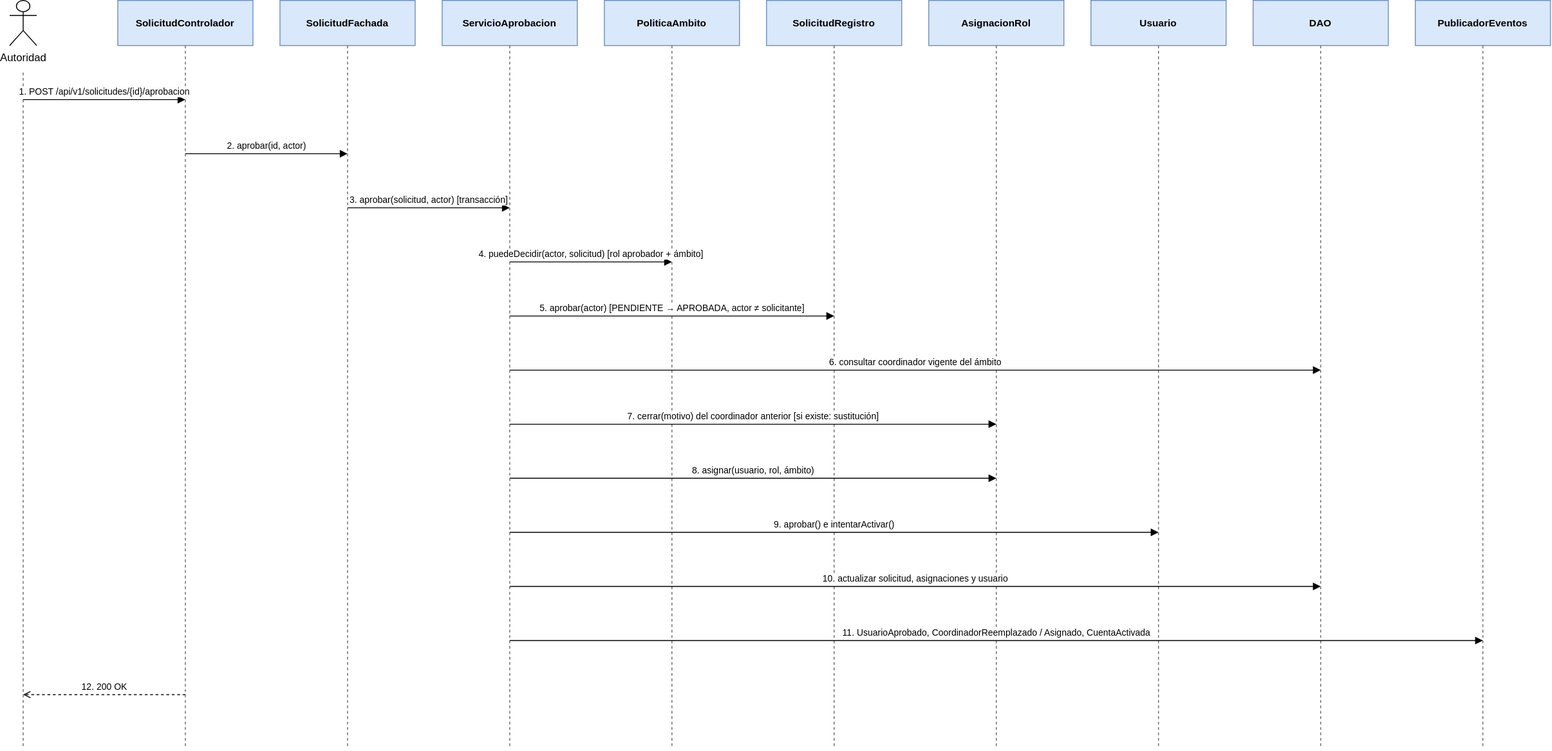
Above: documentacion/assets/diagramas/diagramas-secuencia-2.svg in JaiderSoto07/kudos-backend (draw.io), before the change. Source tidied: cells renumbered, new cells last; positions are measured from the earlier drawing's top-left corner, leaving out a move shared by most shapes.
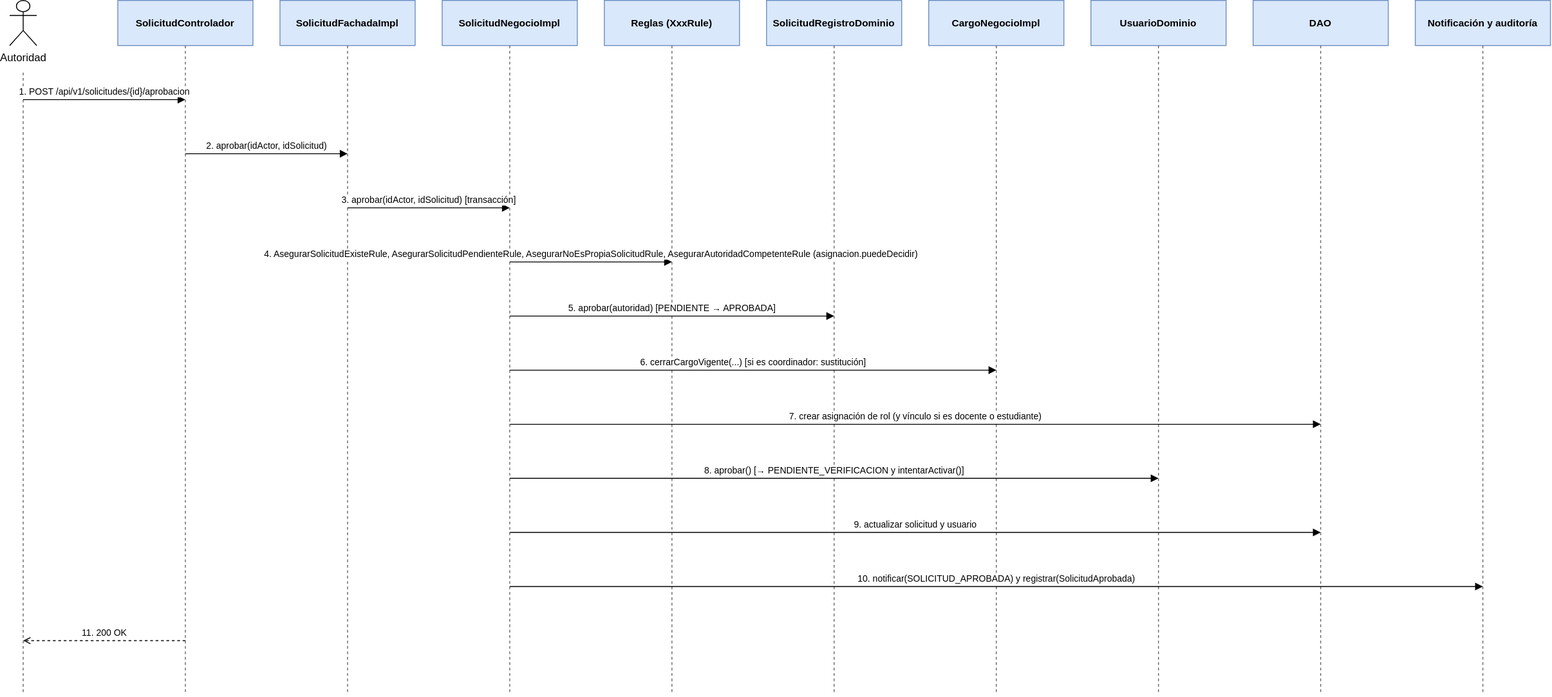
The same diagram one commit later.

Change to the diagram source:
```diff
@@ -8,88 +8,88 @@
     <mxCell id="3" value="SolicitudControlador" style="rounded=0;whiteSpace=wrap;html=1;fillColor=#dae8fc;strokeColor=#6c8ebf;fontStyle=1;fontSize=11;" parent="1" vertex="1">
       <mxGeometry x="120" width="150" height="50" as="geometry" />
     </mxCell>
-    <mxCell id="4" value="SolicitudFachada" style="rounded=0;whiteSpace=wrap;html=1;fillColor=#dae8fc;strokeColor=#6c8ebf;fontStyle=1;fontSize=11;" parent="1" vertex="1">
+    <mxCell id="4" value="SolicitudFachadaImpl" style="rounded=0;whiteSpace=wrap;html=1;fillColor=#dae8fc;strokeColor=#6c8ebf;fontStyle=1;fontSize=11;" parent="1" vertex="1">
       <mxGeometry x="300" width="150" height="50" as="geometry" />
     </mxCell>
-    <mxCell id="5" value="ServicioAprobacion" style="rounded=0;whiteSpace=wrap;html=1;fillColor=#dae8fc;strokeColor=#6c8ebf;fontStyle=1;fontSize=11;" parent="1" vertex="1">
+    <mxCell id="5" value="SolicitudNegocioImpl" style="rounded=0;whiteSpace=wrap;html=1;fillColor=#dae8fc;strokeColor=#6c8ebf;fontStyle=1;fontSize=11;" parent="1" vertex="1">
       <mxGeometry x="480" width="150" height="50" as="geometry" />
     </mxCell>
-    <mxCell id="6" value="PoliticaAmbito" style="rounded=0;whiteSpace=wrap;html=1;fillColor=#dae8fc;strokeColor=#6c8ebf;fontStyle=1;fontSize=11;" parent="1" vertex="1">
+    <mxCell id="6" value="Reglas (XxxRule)" style="rounded=0;whiteSpace=wrap;html=1;fillColor=#dae8fc;strokeColor=#6c8ebf;fontStyle=1;fontSize=11;" parent="1" vertex="1">
       <mxGeometry x="660" width="150" height="50" as="geometry" />
     </mxCell>
-    <mxCell id="7" value="SolicitudRegistro" style="rounded=0;whiteSpace=wrap;html=1;fillColor=#dae8fc;strokeColor=#6c8ebf;fontStyle=1;fontSize=11;" parent="1" vertex="1">
+    <mxCell id="7" value="SolicitudRegistroDominio" style="rounded=0;whiteSpace=wrap;html=1;fillColor=#dae8fc;strokeColor=#6c8ebf;fontStyle=1;fontSize=11;" parent="1" vertex="1">
       <mxGeometry x="840" width="150" height="50" as="geometry" />
     </mxCell>
-    <mxCell id="8" value="AsignacionRol" style="rounded=0;whiteSpace=wrap;html=1;fillColor=#dae8fc;strokeColor=#6c8ebf;fontStyle=1;fontSize=11;" parent="1" vertex="1">
+    <mxCell id="8" value="CargoNegocioImpl" style="rounded=0;whiteSpace=wrap;html=1;fillColor=#dae8fc;strokeColor=#6c8ebf;fontStyle=1;fontSize=11;" parent="1" vertex="1">
       <mxGeometry x="1020" width="150" height="50" as="geometry" />
     </mxCell>
-    <mxCell id="9" value="Usuario" style="rounded=0;whiteSpace=wrap;html=1;fillColor=#dae8fc;strokeColor=#6c8ebf;fontStyle=1;fontSize=11;" parent="1" vertex="1">
+    <mxCell id="9" value="UsuarioDominio" style="rounded=0;whiteSpace=wrap;html=1;fillColor=#dae8fc;strokeColor=#6c8ebf;fontStyle=1;fontSize=11;" parent="1" vertex="1">
       <mxGeometry x="1200" width="150" height="50" as="geometry" />
     </mxCell>
     <mxCell id="10" value="DAO" style="rounded=0;whiteSpace=wrap;html=1;fillColor=#dae8fc;strokeColor=#6c8ebf;fontStyle=1;fontSize=11;" parent="1" vertex="1">
       <mxGeometry x="1380" width="150" height="50" as="geometry" />
     </mxCell>
-    <mxCell id="11" value="PublicadorEventos" style="rounded=0;whiteSpace=wrap;html=1;fillColor=#dae8fc;strokeColor=#6c8ebf;fontStyle=1;fontSize=11;" parent="1" vertex="1">
+    <mxCell id="11" value="Notificación y auditoría" style="rounded=0;whiteSpace=wrap;html=1;fillColor=#dae8fc;strokeColor=#6c8ebf;fontStyle=1;fontSize=11;" parent="1" vertex="1">
       <mxGeometry x="1560" width="150" height="50" as="geometry" />
     </mxCell>
     <mxCell id="12" style="endArrow=none;dashed=1;html=1;strokeColor=#666666;" parent="1" edge="1">
       <mxGeometry relative="1" as="geometry">
         <mxPoint x="15" y="80" as="sourcePoint" />
-        <mxPoint x="15" y="830" as="targetPoint" />
+        <mxPoint x="15" y="770" as="targetPoint" />
       </mxGeometry>
     </mxCell>
     <mxCell id="13" style="endArrow=none;dashed=1;html=1;strokeColor=#666666;" parent="1" edge="1">
       <mxGeometry relative="1" as="geometry">
         <mxPoint x="195" y="50" as="sourcePoint" />
-        <mxPoint x="195" y="830" as="targetPoint" />
+        <mxPoint x="195" y="770" as="targetPoint" />
       </mxGeometry>
     </mxCell>
     <mxCell id="14" style="endArrow=none;dashed=1;html=1;strokeColor=#666666;" parent="1" edge="1">
       <mxGeometry relative="1" as="geometry">
         <mxPoint x="375" y="50" as="sourcePoint" />
-        <mxPoint x="375" y="830" as="targetPoint" />
+        <mxPoint x="375" y="770" as="targetPoint" />
       </mxGeometry>
     </mxCell>
     <mxCell id="15" style="endArrow=none;dashed=1;html=1;strokeColor=#666666;" parent="1" edge="1">
       <mxGeometry relative="1" as="geometry">
         <mxPoint x="555" y="50" as="sourcePoint" />
-        <mxPoint x="555" y="830" as="targetPoint" />
+        <mxPoint x="555" y="770" as="targetPoint" />
       </mxGeometry>
     </mxCell>
     <mxCell id="16" style="endArrow=none;dashed=1;html=1;strokeColor=#666666;" parent="1" edge="1">
       <mxGeometry relative="1" as="geometry">
         <mxPoint x="735" y="50" as="sourcePoint" />
-        <mxPoint x="735" y="830" as="targetPoint" />
+        <mxPoint x="735" y="770" as="targetPoint" />
       </mxGeometry>
     </mxCell>
     <mxCell id="17" style="endArrow=none;dashed=1;html=1;strokeColor=#666666;" parent="1" edge="1">
       <mxGeometry relative="1" as="geometry">
         <mxPoint x="915" y="50" as="sourcePoint" />
-        <mxPoint x="915" y="830" as="targetPoint" />
+        <mxPoint x="915" y="770" as="targetPoint" />
       </mxGeometry>
     </mxCell>
     <mxCell id="18" style="endArrow=none;dashed=1;html=1;strokeColor=#666666;" parent="1" edge="1">
       <mxGeometry relative="1" as="geometry">
         <mxPoint x="1095" y="50" as="sourcePoint" />
-        <mxPoint x="1095" y="830" as="targetPoint" />
+        <mxPoint x="1095" y="770" as="targetPoint" />
       </mxGeometry>
     </mxCell>
     <mxCell id="19" style="endArrow=none;dashed=1;html=1;strokeColor=#666666;" parent="1" edge="1">
       <mxGeometry relative="1" as="geometry">
         <mxPoint x="1275" y="50" as="sourcePoint" />
-        <mxPoint x="1275" y="830" as="targetPoint" />
+        <mxPoint x="1275" y="770" as="targetPoint" />
       </mxGeometry>
     </mxCell>
     <mxCell id="20" style="endArrow=none;dashed=1;html=1;strokeColor=#666666;" parent="1" edge="1">
       <mxGeometry relative="1" as="geometry">
         <mxPoint x="1455" y="50" as="sourcePoint" />
-        <mxPoint x="1455" y="830" as="targetPoint" />
+        <mxPoint x="1455" y="770" as="targetPoint" />
       </mxGeometry>
     </mxCell>
     <mxCell id="21" style="endArrow=none;dashed=1;html=1;strokeColor=#666666;" parent="1" edge="1">
       <mxGeometry relative="1" as="geometry">
         <mxPoint x="1635" y="50" as="sourcePoint" />
-        <mxPoint x="1635" y="830" as="targetPoint" />
+        <mxPoint x="1635" y="770" as="targetPoint" />
       </mxGeometry>
     </mxCell>
     <mxCell id="22" value="1. POST /api/v1/solicitudes/{id}/aprobacion" style="endArrow=block;endFill=1;html=1;rounded=0;fontSize=10;labelBackgroundColor=#ffffff;verticalAlign=bottom;" parent="1" edge="1">
@@ -98,71 +98,65 @@
         <mxPoint x="195" y="110" as="targetPoint" />
       </mxGeometry>
     </mxCell>
-    <mxCell id="23" value="2. aprobar(id, actor)" style="endArrow=block;endFill=1;html=1;rounded=0;fontSize=10;labelBackgroundColor=#ffffff;verticalAlign=bottom;" parent="1" edge="1">
+    <mxCell id="23" value="2. aprobar(idActor, idSolicitud)" style="endArrow=block;endFill=1;html=1;rounded=0;fontSize=10;labelBackgroundColor=#ffffff;verticalAlign=bottom;" parent="1" edge="1">
       <mxGeometry relative="1" as="geometry">
         <mxPoint x="195" y="170" as="sourcePoint" />
         <mxPoint x="375" y="170" as="targetPoint" />
       </mxGeometry>
     </mxCell>
-    <mxCell id="24" value="3. aprobar(solicitud, actor)  [transacción]" style="endArrow=block;endFill=1;html=1;rounded=0;fontSize=10;labelBackgroundColor=#ffffff;verticalAlign=bottom;" parent="1" edge="1">
+    <mxCell id="24" value="3. aprobar(idActor, idSolicitud)  [transacción]" style="endArrow=block;endFill=1;html=1;rounded=0;fontSize=10;labelBackgroundColor=#ffffff;verticalAlign=bottom;" parent="1" edge="1">
       <mxGeometry relative="1" as="geometry">
         <mxPoint x="375" y="230" as="sourcePoint" />
         <mxPoint x="555" y="230" as="targetPoint" />
       </mxGeometry>
     </mxCell>
-    <mxCell id="25" value="4. puedeDecidir(actor, solicitud)  [rol aprobador + ámbito]" style="endArrow=block;endFill=1;html=1;rounded=0;fontSize=10;labelBackgroundColor=#ffffff;verticalAlign=bottom;" parent="1" edge="1">
+    <mxCell id="25" value="4. AsegurarSolicitudExisteRule, AsegurarSolicitudPendienteRule, AsegurarNoEsPropiaSolicitudRule, AsegurarAutoridadCompetenteRule (asignacion.puedeDecidir)" style="endArrow=block;endFill=1;html=1;rounded=0;fontSize=10;labelBackgroundColor=#ffffff;verticalAlign=bottom;" parent="1" edge="1">
       <mxGeometry relative="1" as="geometry">
         <mxPoint x="555" y="290" as="sourcePoint" />
         <mxPoint x="735" y="290" as="targetPoint" />
       </mxGeometry>
     </mxCell>
-    <mxCell id="26" value="5. aprobar(actor)  [PENDIENTE → APROBADA, actor ≠ solicitante]" style="endArrow=block;endFill=1;html=1;rounded=0;fontSize=10;labelBackgroundColor=#ffffff;verticalAlign=bottom;" parent="1" edge="1">
+    <mxCell id="26" value="5. aprobar(autoridad)  [PENDIENTE → APROBADA]" style="endArrow=block;endFill=1;html=1;rounded=0;fontSize=10;labelBackgroundColor=#ffffff;verticalAlign=bottom;" parent="1" edge="1">
       <mxGeometry relative="1" as="geometry">
         <mxPoint x="555" y="350" as="sourcePoint" />
         <mxPoint x="915" y="350" as="targetPoint" />
       </mxGeometry>
     </mxCell>
-    <mxCell id="27" value="6. consultar coordinador vigente del ámbito" style="endArrow=block;endFill=1;html=1;rounded=0;fontSize=10;labelBackgroundColor=#ffffff;verticalAlign=bottom;" parent="1" edge="1">
+    <mxCell id="27" value="6. cerrarCargoVigente(...)  [si es coordinador: sustitución]" style="endArrow=block;endFill=1;html=1;rounded=0;fontSize=10;labelBackgroundColor=#ffffff;verticalAlign=bottom;" parent="1" edge="1">
       <mxGeometry relative="1" as="geometry">
         <mxPoint x="555" y="410" as="sourcePoint" />
-        <mxPoint x="1455" y="410" as="targetPoint" />
+        <mxPoint x="1095" y="410" as="targetPoint" />
       </mxGeometry>
     </mxCell>
-    <mxCell id="28" value="7. cerrar(motivo) del coordinador anterior  [si existe: sustitución]" style="endArrow=block;endFill=1;html=1;rounded=0;fontSize=10;labelBackgroundColor=#ffffff;verticalAlign=bottom;" parent="1" edge="1">
+    <mxCell id="28" value="7. crear asignación de rol (y vínculo si es docente o estudiante)" style="endArrow=block;endFill=1;html=1;rounded=0;fontSize=10;labelBackgroundColor=#ffffff;verticalAlign=bottom;" parent="1" edge="1">
       <mxGeometry relative="1" as="geometry">
         <mxPoint x="555" y="470" as="sourcePoint" />
-        <mxPoint x="1095" y="470" as="targetPoint" />
+        <mxPoint x="1455" y="470" as="targetPoint" />
       </mxGeometry>
     </mxCell>
-    <mxCell id="29" value="8. asignar(usuario, rol, ámbito)" style="endArrow=block;endFill=1;html=1;rounded=0;fontSize=10;labelBackgroundColor=#ffffff;verticalAlign=bottom;" parent="1" edge="1">
+    <mxCell id="29" value="8. aprobar()  [→ PENDIENTE_VERIFICACION y intentarActivar()]" style="endArrow=block;endFill=1;html=1;rounded=0;fontSize=10;labelBackgroundColor=#ffffff;verticalAlign=bottom;" parent="1" edge="1">
       <mxGeometry relative="1" as="geometry">
         <mxPoint x="555" y="530" as="sourcePoint" />
-        <mxPoint x="1095" y="530" as="targetPoint" />
+        <mxPoint x="1275" y="530" as="targetPoint" />
       </mxGeometry>
     </mxCell>
-    <mxCell id="30" value="9. aprobar() e intentarActivar()" style="endArrow=block;endFill=1;html=1;rounded=0;fontSize=10;labelBackgroundColor=#ffffff;verticalAlign=bottom;" parent="1" edge="1">
+    <mxCell id="30" value="9. actualizar solicitud y usuario" style="endArrow=block;endFill=1;html=1;rounded=0;fontSize=10;labelBackgroundColor=#ffffff;verticalAlign=bottom;" parent="1" edge="1">
       <mxGeometry relative="1" as="geometry">
         <mxPoint x="555" y="590" as="sourcePoint" />
-        <mxPoint x="1275" y="590" as="targetPoint" />
+        <mxPoint x="1455" y="590" as="targetPoint" />
       </mxGeometry>
     </mxCell>
-    <mxCell id="31" value="10. actualizar solicitud, asignaciones y usuario" style="endArrow=block;endFill=1;html=1;rounded=0;fontSize=10;labelBackgroundColor=#ffffff;verticalAlign=bottom;" parent="1" edge="1">
+    <mxCell id="31" value="10. notificar(SOLICITUD_APROBADA) y registrar(SolicitudAprobada)" style="endArrow=block;endFill=1;html=1;rounded=0;fontSize=10;labelBackgroundColor=#ffffff;verticalAlign=bottom;" parent="1" edge="1">
       <mxGeometry relative="1" as="geometry">
         <mxPoint x="555" y="650" as="sourcePoint" />
-        <mxPoint x="1455" y="650" as="targetPoint" />
+        <mxPoint x="1635" y="650" as="targetPoint" />
       </mxGeometry>
     </mxCell>
-    <mxCell id="32" value="11. UsuarioAprobado, CoordinadorReemplazado / Asignado, CuentaActivada" style="endArrow=block;endFill=1;html=1;rounded=0;fontSize=10;labelBackgroundColor=#ffffff;verticalAlign=bottom;" parent="1" edge="1">
+    <mxCell id="32" value="11. 200 OK" style="endArrow=open;endFill=0;dashed=1;html=1;rounded=0;fontSize=10;labelBackgroundColor=#ffffff;verticalAlign=bottom;" parent="1" edge="1">
       <mxGeometry relative="1" as="geometry">
-        <mxPoint x="555" y="710" as="sourcePoint" />
-        <mxPoint x="1635" y="710" as="targetPoint" />
+        <mxPoint x="195" y="710" as="sourcePoint" />
+        <mxPoint x="15" y="710" as="targetPoint" />
       </mxGeometry>
     </mxCell>
-    <mxCell id="33" value="12. 200 OK" style="endArrow=open;endFill=0;dashed=1;html=1;rounded=0;fontSize=10;labelBackgroundColor=#ffffff;verticalAlign=bottom;" parent="1" edge="1">
-      <mxGeometry relative="1" as="geometry">
-        <mxPoint x="195" y="770" as="sourcePoint" />
-        <mxPoint x="15" y="770" as="targetPoint" />
-      </mxGeometry>
-    </mxCell>
   </root>
 </mxGraphModel>
```
